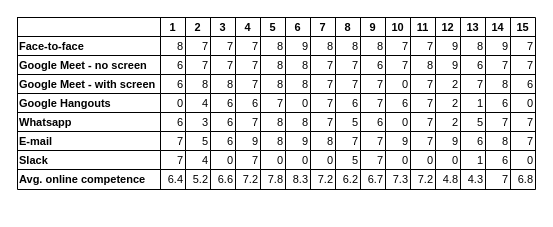
This is page "tool_emp" (3 of 5) of visualizations/matrixes.drawio from WPoelman/cmc, a draw.io file, before an edit. Source tidied: cells renumbered, new cells numbered last; positions are measured from the earlier drawing's top-left corner, leaving out a move shared by most shapes. Both pictures are drawn from the tidied source at 100%, with x=0, y=0 at pixel (17, 17).
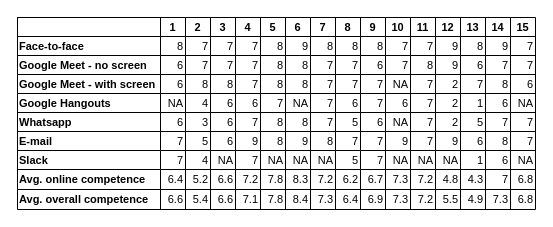
After the change.

The change refers to these unchanged cells:
```xml
<mxCell id="55" style="shape=partialRectangle;html=1;whiteSpace=wrap;fillColor=none;top=0;left=0;bottom=0;right=0;labelBorderColor=none;fontSize=11;align=right;" parent="3" vertex="1">
  <mxGeometry y="57" width="518" height="19" as="geometry" />
</mxCell>
<mxCell id="72" style="shape=partialRectangle;html=1;whiteSpace=wrap;fillColor=none;top=0;left=0;bottom=0;right=0;labelBorderColor=none;fontSize=11;align=right;" parent="3" vertex="1">
  <mxGeometry y="76" width="518" height="19" as="geometry" />
</mxCell>
<mxCell id="89" style="shape=partialRectangle;html=1;whiteSpace=wrap;fillColor=none;top=0;left=0;bottom=0;right=0;labelBorderColor=none;fontSize=11;align=right;" parent="3" vertex="1">
  <mxGeometry y="95" width="518" height="19" as="geometry" />
</mxCell>
<mxCell id="123" style="shape=partialRectangle;html=1;whiteSpace=wrap;fillColor=none;top=0;left=0;bottom=0;right=0;labelBorderColor=none;fontSize=11;align=right;" parent="3" vertex="1">
  <mxGeometry y="133" width="518" height="19" as="geometry" />
</mxCell>
```

What changed in the source:
```diff
@@
     <mxCell id="3" style="shape=table;html=1;whiteSpace=wrap;startSize=0;childLayout=tableLayout;labelBorderColor=none;rounded=0;sketch=0;shadow=0;swimlaneFillColor=none;gradientColor=none;fillColor=default;fontSize=11;align=right;" parent="1" vertex="1">
-      <mxGeometry width="518" height="172" as="geometry" />
+      <mxGeometry width="518" height="192" as="geometry" />
     </mxCell>
@@
-    <mxCell id="66" value="0" style="shape=partialRectangle;html=1;whiteSpace=wrap;fillColor=none;top=0;left=0;bottom=0;right=0;overflow=hidden;labelBorderColor=none;fontSize=11;align=right;" parent="55" vertex="1">
+    <mxCell id="66" value="NA" style="shape=partialRectangle;html=1;whiteSpace=wrap;fillColor=none;top=0;left=0;bottom=0;right=0;overflow=hidden;labelBorderColor=none;fontSize=11;align=right;" parent="55" vertex="1">
       <mxGeometry x="368" width="25" height="19" as="geometry" />
     </mxCell>
@@
-    <mxCell id="74" value="0" style="shape=partialRectangle;html=1;whiteSpace=wrap;fillColor=none;top=0;left=0;bottom=0;right=0;overflow=hidden;labelBorderColor=none;fontSize=11;align=right;" parent="72" vertex="1">
+    <mxCell id="74" value="NA" style="shape=partialRectangle;html=1;whiteSpace=wrap;fillColor=none;top=0;left=0;bottom=0;right=0;overflow=hidden;labelBorderColor=none;fontSize=11;align=right;" parent="72" vertex="1">
       <mxGeometry x="143" width="25" height="19" as="geometry" />
     </mxCell>
@@
-    <mxCell id="79" value="0" style="shape=partialRectangle;html=1;whiteSpace=wrap;fillColor=none;top=0;left=0;bottom=0;right=0;overflow=hidden;labelBorderColor=none;fontSize=11;align=right;" parent="72" vertex="1">
+    <mxCell id="79" value="NA" style="shape=partialRectangle;html=1;whiteSpace=wrap;fillColor=none;top=0;left=0;bottom=0;right=0;overflow=hidden;labelBorderColor=none;fontSize=11;align=right;" parent="72" vertex="1">
       <mxGeometry x="268" width="25" height="19" as="geometry" />
     </mxCell>
@@
-    <mxCell id="88" value="0" style="shape=partialRectangle;html=1;whiteSpace=wrap;fillColor=none;top=0;left=0;bottom=0;right=0;overflow=hidden;labelBorderColor=none;fontSize=11;align=right;" parent="72" vertex="1">
+    <mxCell id="88" value="NA" style="shape=partialRectangle;html=1;whiteSpace=wrap;fillColor=none;top=0;left=0;bottom=0;right=0;overflow=hidden;labelBorderColor=none;fontSize=11;align=right;" parent="72" vertex="1">
       <mxGeometry x="493" width="25" height="19" as="geometry" />
     </mxCell>
@@
-    <mxCell id="100" value="0" style="shape=partialRectangle;html=1;whiteSpace=wrap;fillColor=none;top=0;left=0;bottom=0;right=0;overflow=hidden;labelBorderColor=none;fontSize=11;align=right;" parent="89" vertex="1">
+    <mxCell id="100" value="NA" style="shape=partialRectangle;html=1;whiteSpace=wrap;fillColor=none;top=0;left=0;bottom=0;right=0;overflow=hidden;labelBorderColor=none;fontSize=11;align=right;" parent="89" vertex="1">
       <mxGeometry x="368" width="25" height="19" as="geometry" />
     </mxCell>
@@
-    <mxCell id="127" value="0" style="shape=partialRectangle;html=1;whiteSpace=wrap;fillColor=none;top=0;left=0;bottom=0;right=0;overflow=hidden;labelBorderColor=none;fontSize=11;align=right;" parent="123" vertex="1">
+    <mxCell id="127" value="NA" style="shape=partialRectangle;html=1;whiteSpace=wrap;fillColor=none;top=0;left=0;bottom=0;right=0;overflow=hidden;labelBorderColor=none;fontSize=11;align=right;" parent="123" vertex="1">
       <mxGeometry x="193" width="25" height="19" as="geometry" />
     </mxCell>
@@
-    <mxCell id="129" value="0" style="shape=partialRectangle;html=1;whiteSpace=wrap;fillColor=none;top=0;left=0;bottom=0;right=0;overflow=hidden;labelBorderColor=none;fontSize=11;align=right;" parent="123" vertex="1">
+    <mxCell id="129" value="NA" style="shape=partialRectangle;html=1;whiteSpace=wrap;fillColor=none;top=0;left=0;bottom=0;right=0;overflow=hidden;labelBorderColor=none;fontSize=11;align=right;" parent="123" vertex="1">
       <mxGeometry x="243" width="25" height="19" as="geometry" />
     </mxCell>
-    <mxCell id="130" value="0" style="shape=partialRectangle;html=1;whiteSpace=wrap;fillColor=none;top=0;left=0;bottom=0;right=0;overflow=hidden;labelBorderColor=none;fontSize=11;align=right;" parent="123" vertex="1">
+    <mxCell id="130" value="NA" style="shape=partialRectangle;html=1;whiteSpace=wrap;fillColor=none;top=0;left=0;bottom=0;right=0;overflow=hidden;labelBorderColor=none;fontSize=11;align=right;" parent="123" vertex="1">
       <mxGeometry x="268" width="25" height="19" as="geometry" />
     </mxCell>
-    <mxCell id="131" value="0" style="shape=partialRectangle;html=1;whiteSpace=wrap;fillColor=none;top=0;left=0;bottom=0;right=0;overflow=hidden;labelBorderColor=none;fontSize=11;align=right;" parent="123" vertex="1">
+    <mxCell id="131" value="NA" style="shape=partialRectangle;html=1;whiteSpace=wrap;fillColor=none;top=0;left=0;bottom=0;right=0;overflow=hidden;labelBorderColor=none;fontSize=11;align=right;" parent="123" vertex="1">
       <mxGeometry x="293" width="25" height="19" as="geometry" />
     </mxCell>
@@
-    <mxCell id="134" value="0" style="shape=partialRectangle;html=1;whiteSpace=wrap;fillColor=none;top=0;left=0;bottom=0;right=0;overflow=hidden;labelBorderColor=none;fontSize=11;align=right;" parent="123" vertex="1">
+    <mxCell id="134" value="NA" style="shape=partialRectangle;html=1;whiteSpace=wrap;fillColor=none;top=0;left=0;bottom=0;right=0;overflow=hidden;labelBorderColor=none;fontSize=11;align=right;" parent="123" vertex="1">
       <mxGeometry x="368" width="25" height="19" as="geometry" />
     </mxCell>
-    <mxCell id="135" value="0" style="shape=partialRectangle;html=1;whiteSpace=wrap;fillColor=none;top=0;left=0;bottom=0;right=0;overflow=hidden;labelBorderColor=none;fontSize=11;align=right;" parent="123" vertex="1">
+    <mxCell id="135" value="NA" style="shape=partialRectangle;html=1;whiteSpace=wrap;fillColor=none;top=0;left=0;bottom=0;right=0;overflow=hidden;labelBorderColor=none;fontSize=11;align=right;" parent="123" vertex="1">
       <mxGeometry x="393" width="25" height="19" as="geometry" />
     </mxCell>
-    <mxCell id="136" value="0" style="shape=partialRectangle;html=1;whiteSpace=wrap;fillColor=none;top=0;left=0;bottom=0;right=0;overflow=hidden;labelBorderColor=none;fontSize=11;align=right;" parent="123" vertex="1">
+    <mxCell id="136" value="NA" style="shape=partialRectangle;html=1;whiteSpace=wrap;fillColor=none;top=0;left=0;bottom=0;right=0;overflow=hidden;labelBorderColor=none;fontSize=11;align=right;" parent="123" vertex="1">
       <mxGeometry x="418" width="25" height="19" as="geometry" />
     </mxCell>
@@
-    <mxCell id="139" value="0" style="shape=partialRectangle;html=1;whiteSpace=wrap;fillColor=none;top=0;left=0;bottom=0;right=0;overflow=hidden;labelBorderColor=none;fontSize=11;align=right;" parent="123" vertex="1">
+    <mxCell id="139" value="NA" style="shape=partialRectangle;html=1;whiteSpace=wrap;fillColor=none;top=0;left=0;bottom=0;right=0;overflow=hidden;labelBorderColor=none;fontSize=11;align=right;" parent="123" vertex="1">
       <mxGeometry x="493" width="25" height="19" as="geometry" />
     </mxCell>
@@
+    <mxCell id="157" style="shape=partialRectangle;html=1;whiteSpace=wrap;fillColor=none;top=0;left=0;bottom=0;right=0;labelBorderColor=none;fontSize=11;align=right;" parent="3" vertex="1">
+      <mxGeometry y="172" width="518" height="20" as="geometry" />
+    </mxCell>
+    <mxCell id="158" value="Avg. overall competence" style="shape=partialRectangle;html=1;whiteSpace=wrap;fillColor=none;top=0;left=0;bottom=0;right=0;overflow=hidden;labelBorderColor=none;strokeColor=none;strokeWidth=0;opacity=20;align=left;fontStyle=1;fontSize=11;" parent="157" vertex="1">
+      <mxGeometry width="143" height="20" as="geometry" />
+    </mxCell>
+    <mxCell id="159" value="6.6" style="shape=partialRectangle;html=1;whiteSpace=wrap;fillColor=none;top=0;left=0;bottom=0;right=0;overflow=hidden;labelBorderColor=none;fontSize=11;align=right;" parent="157" vertex="1">
+      <mxGeometry x="143" width="25" height="20" as="geometry" />
+    </mxCell>
+    <mxCell id="160" value="5.4" style="shape=partialRectangle;html=1;whiteSpace=wrap;fillColor=none;top=0;left=0;bottom=0;right=0;overflow=hidden;labelBorderColor=none;fontSize=11;align=right;" parent="157" vertex="1">
+      <mxGeometry x="168" width="25" height="20" as="geometry" />
+    </mxCell>
+    <mxCell id="161" value="6.6" style="shape=partialRectangle;html=1;whiteSpace=wrap;fillColor=none;top=0;left=0;bottom=0;right=0;overflow=hidden;labelBorderColor=none;fontSize=11;align=right;" parent="157" vertex="1">
+      <mxGeometry x="193" width="25" height="20" as="geometry" />
+    </mxCell>
+    <mxCell id="162" value="7.1" style="shape=partialRectangle;html=1;whiteSpace=wrap;fillColor=none;top=0;left=0;bottom=0;right=0;overflow=hidden;labelBorderColor=none;fontSize=11;align=right;" parent="157" vertex="1">
+      <mxGeometry x="218" width="25" height="20" as="geometry" />
+    </mxCell>
+    <mxCell id="163" value="7.8" style="shape=partialRectangle;html=1;whiteSpace=wrap;fillColor=none;top=0;left=0;bottom=0;right=0;overflow=hidden;labelBorderColor=none;fontSize=11;align=right;" parent="157" vertex="1">
+      <mxGeometry x="243" width="25" height="20" as="geometry" />
+    </mxCell>
+    <mxCell id="164" value="8.4" style="shape=partialRectangle;html=1;whiteSpace=wrap;fillColor=none;top=0;left=0;bottom=0;right=0;overflow=hidden;labelBorderColor=none;fontSize=11;align=right;" parent="157" vertex="1">
+      <mxGeometry x="268" width="25" height="20" as="geometry" />
+    </mxCell>
+    <mxCell id="165" value="7.3" style="shape=partialRectangle;html=1;whiteSpace=wrap;fillColor=none;top=0;left=0;bottom=0;right=0;overflow=hidden;labelBorderColor=none;fontSize=11;align=right;" parent="157" vertex="1">
+      <mxGeometry x="293" width="25" height="20" as="geometry" />
+    </mxCell>
+    <mxCell id="166" value="6.4" style="shape=partialRectangle;html=1;whiteSpace=wrap;fillColor=none;top=0;left=0;bottom=0;right=0;overflow=hidden;labelBorderColor=none;fontSize=11;align=right;" parent="157" vertex="1">
+      <mxGeometry x="318" width="25" height="20" as="geometry" />
+    </mxCell>
+    <mxCell id="167" value="6.9" style="shape=partialRectangle;html=1;whiteSpace=wrap;fillColor=none;top=0;left=0;bottom=0;right=0;overflow=hidden;labelBorderColor=none;fontSize=11;align=right;" parent="157" vertex="1">
+      <mxGeometry x="343" width="25" height="20" as="geometry" />
+    </mxCell>
+    <mxCell id="168" value="7.3" style="shape=partialRectangle;html=1;whiteSpace=wrap;fillColor=none;top=0;left=0;bottom=0;right=0;overflow=hidden;labelBorderColor=none;fontSize=11;align=right;" parent="157" vertex="1">
+      <mxGeometry x="368" width="25" height="20" as="geometry" />
+    </mxCell>
+    <mxCell id="169" value="7.2" style="shape=partialRectangle;html=1;whiteSpace=wrap;fillColor=none;top=0;left=0;bottom=0;right=0;overflow=hidden;labelBorderColor=none;fontSize=11;align=right;" parent="157" vertex="1">
+      <mxGeometry x="393" width="25" height="20" as="geometry" />
+    </mxCell>
+    <mxCell id="170" value="5.5" style="shape=partialRectangle;html=1;whiteSpace=wrap;fillColor=none;top=0;left=0;bottom=0;right=0;overflow=hidden;labelBorderColor=none;fontSize=11;align=right;" parent="157" vertex="1">
+      <mxGeometry x="418" width="25" height="20" as="geometry" />
+    </mxCell>
+    <mxCell id="171" value="4.9" style="shape=partialRectangle;html=1;whiteSpace=wrap;fillColor=none;top=0;left=0;bottom=0;right=0;overflow=hidden;labelBorderColor=none;fontSize=11;align=right;" parent="157" vertex="1">
+      <mxGeometry x="443" width="25" height="20" as="geometry" />
+    </mxCell>
+    <mxCell id="172" value="7.3" style="shape=partialRectangle;html=1;whiteSpace=wrap;fillColor=none;top=0;left=0;bottom=0;right=0;overflow=hidden;labelBorderColor=none;fontSize=11;align=right;" parent="157" vertex="1">
+      <mxGeometry x="468" width="25" height="20" as="geometry" />
+    </mxCell>
+    <mxCell id="173" value="6.8" style="shape=partialRectangle;html=1;whiteSpace=wrap;fillColor=none;top=0;left=0;bottom=0;right=0;overflow=hidden;labelBorderColor=none;fontSize=11;align=right;" parent="157" vertex="1">
+      <mxGeometry x="493" width="25" height="20" as="geometry" />
+    </mxCell>
```
